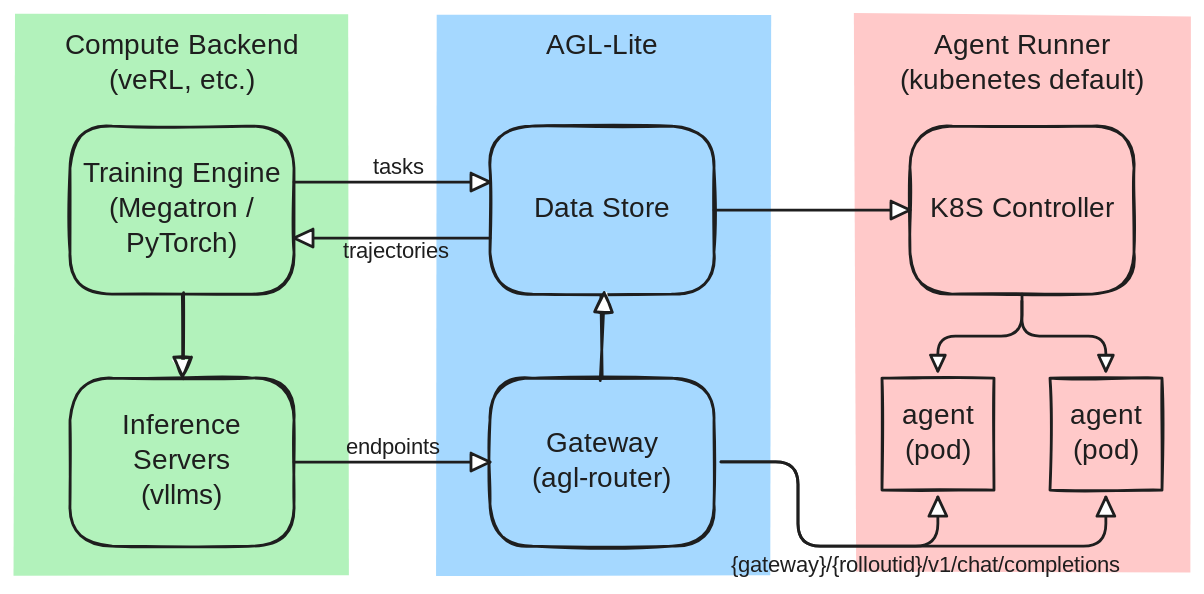
This is docs/images/lite_arch.excalidraw.svg from OhiraShusei/agent-lightning, a Excalidraw export, as it was before one commit. Source tidied: one line per element, renumbered; positions are measured from the earlier drawing's top-left corner, leaving out a move shared by most shapes.
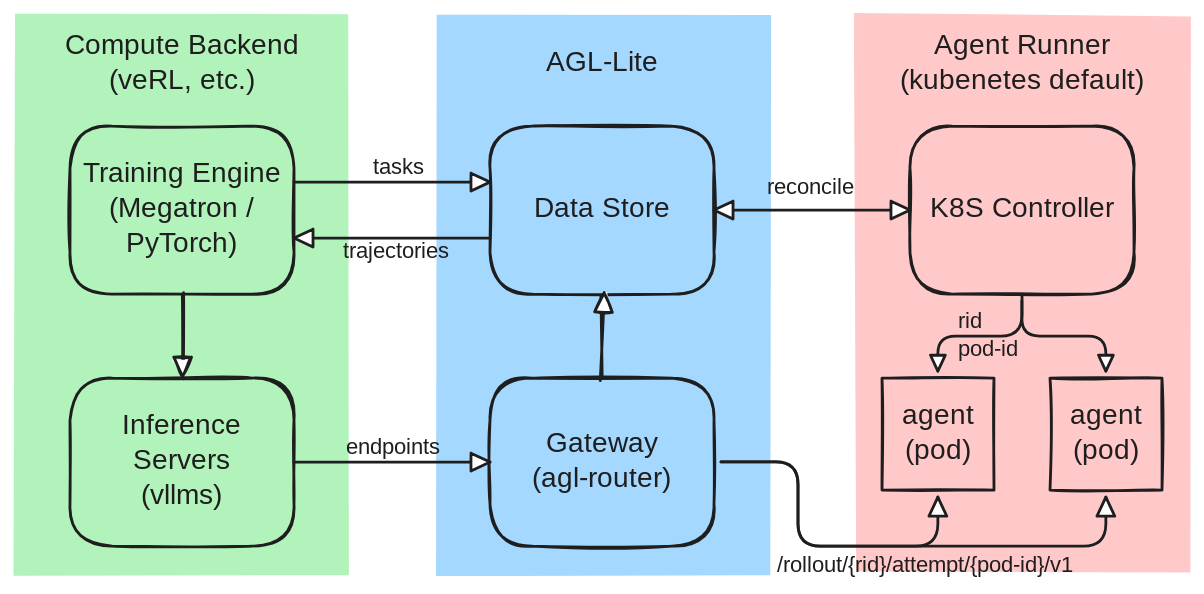
The same diagram one commit later.

The edit, as a diff of the source:
```diff
@@ -6,7 +6,7 @@
 {"id": 5, "type": "text", "text": "Inference\nServers\n(vllms)", "strokeColor": "#1e1e1e", "backgroundColor": "#ffc9c9", "fillStyle": "solid", "strokeWidth": 2, "roughness": 0, "fontSize": 20, "fontFamily": 5, "textAlign": "center", "verticalAlign": "middle", "inside": 4, "x": 74, "y": 282, "width": 92, "height": 75}
 {"id": 6, "type": "arrow", "strokeColor": "#1e1e1e", "backgroundColor": "#b2f2bb", "fillStyle": "solid", "strokeWidth": 2, "roughness": 1, "endArrowhead": "triangle_outline", "round": true, "from": 2, "to": 4, "x": 120, "y": 200, "width": 0, "height": 60, "points": [[0, 0], [0, 60]]}
 {"id": 7, "type": "rectangle", "strokeColor": "transparent", "backgroundColor": "#a5d8ff", "fillStyle": "solid", "strokeWidth": 2, "roughness": 1, "x": 300, "y": 0, "width": 240, "height": 400}
-{"id": 8, "type": "text", "text": "AGL-Lite", "strokeColor": "#1e1e1e", "backgroundColor": "#b2f2bb", "fillStyle": "solid", "strokeWidth": 2, "roughness": 1, "fontSize": 20, "fontFamily": 5, "textAlign": "center", "x": 377, "y": 11, "width": 86, "height": 25}
+{"id": 8, "type": "text", "text": "AGL-Lite", "strokeColor": "#1e1e1e", "backgroundColor": "#b2f2bb", "fillStyle": "solid", "strokeWidth": 2, "roughness": 1, "fontSize": 20, "fontFamily": 5, "textAlign": "center", "x": 377, "y": 23, "width": 86, "height": 25}
 {"id": 9, "type": "rectangle", "strokeColor": "#1e1e1e", "backgroundColor": "#a5d8ff", "fillStyle": "solid", "strokeWidth": 2, "roughness": 1, "round": true, "x": 340, "y": 80, "width": 160, "height": 120}
 {"id": 10, "type": "text", "text": "Data Store", "strokeColor": "#1e1e1e", "backgroundColor": "#b2f2bb", "fillStyle": "solid", "strokeWidth": 2, "roughness": 1, "fontSize": 20, "fontFamily": 5, "textAlign": "center", "verticalAlign": "middle", "inside": 9, "x": 364, "y": 128, "width": 112, "height": 25}
 {"id": 11, "type": "rectangle", "strokeColor": "#1e1e1e", "backgroundColor": "#a5d8ff", "fillStyle": "solid", "strokeWidth": 2, "roughness": 1, "round": true, "x": 340, "y": 260, "width": 160, "height": 120}
@@ -21,7 +21,7 @@
 {"id": 20, "type": "text", "text": "agent\n(pod)", "strokeColor": "#1e1e1e", "backgroundColor": "#b2f2bb", "fillStyle": "solid", "strokeWidth": 2, "roughness": 1, "fontSize": 20, "fontFamily": 5, "textAlign": "center", "verticalAlign": "middle", "inside": 19, "x": 633, "y": 275, "width": 55, "height": 50}
 {"id": 21, "type": "rectangle", "strokeColor": "#1e1e1e", "backgroundColor": "#ffc9c9", "fillStyle": "solid", "strokeWidth": 2, "roughness": 1, "x": 740, "y": 260, "width": 80, "height": 80}
 {"id": 22, "type": "text", "text": "agent\n(pod)", "strokeColor": "#1e1e1e", "backgroundColor": "#b2f2bb", "fillStyle": "solid", "strokeWidth": 2, "roughness": 1, "fontSize": 20, "fontFamily": 5, "textAlign": "center", "verticalAlign": "middle", "inside": 21, "x": 753, "y": 275, "width": 55, "height": 50}
-{"id": 23, "type": "arrow", "strokeColor": "#1e1e1e", "backgroundColor": "#ffc9c9", "fillStyle": "solid", "strokeWidth": 2, "roughness": 0, "endArrowhead": "triangle_outline", "from": 9, "to": 17, "x": 500, "y": 140, "width": 140, "height": 0, "points": [[0, 0], [140, 0]]}
+{"id": 23, "type": "arrow", "strokeColor": "#1e1e1e", "backgroundColor": "#ffc9c9", "fillStyle": "solid", "strokeWidth": 2, "roughness": 0, "startArrowhead": "triangle_outline", "endArrowhead": "triangle_outline", "from": 9, "to": 17, "x": 500, "y": 140, "width": 140, "height": 0, "points": [[0, 0], [140, 0]]}
 {"id": 24, "type": "arrow", "strokeColor": "#1e1e1e", "backgroundColor": "#ffc9c9", "fillStyle": "solid", "strokeWidth": 2, "roughness": 0, "endArrowhead": "triangle_outline", "from": 17, "to": 19, "x": 720, "y": 200, "width": 60, "height": 55, "points": [[0, 0], [0, 30], [-60, 30], [-60, 55]]}
 {"id": 25, "type": "arrow", "strokeColor": "#1e1e1e", "backgroundColor": "#ffc9c9", "fillStyle": "solid", "strokeWidth": 2, "roughness": 0, "endArrowhead": "triangle_outline", "from": 17, "to": 21, "x": 720, "y": 205, "width": 60, "height": 50, "points": [[0, 0], [0, 25], [60, 25], [60, 50]]}
 {"id": 26, "type": "arrow", "strokeColor": "#1e1e1e", "backgroundColor": "#ffc9c9", "fillStyle": "solid", "strokeWidth": 2, "roughness": 0, "endArrowhead": "triangle_outline", "from": 4, "to": 11, "x": 200, "y": 320, "width": 140, "height": 0, "points": [[0, 0], [140, 0]]}
@@ -31,4 +31,6 @@
 {"id": 30, "type": "arrow", "strokeColor": "#1e1e1e", "backgroundColor": "#ffc9c9", "fillStyle": "solid", "strokeWidth": 2, "roughness": 0, "endArrowhead": "triangle_outline", "from": 11, "to": 19, "x": 505, "y": 320, "width": 155, "height": 60, "points": [[0, 0], [55, 0], [55, 60], [155, 60], [155, 25]]}
 {"id": 31, "type": "arrow", "strokeColor": "#1e1e1e", "backgroundColor": "#ffc9c9", "fillStyle": "solid", "strokeWidth": 2, "roughness": 0, "endArrowhead": "triangle_outline", "from": 11, "to": 21, "x": 505, "y": 320, "width": 275, "height": 60, "points": [[0, 0], [55, 0], [55, 60], [275, 60], [275, 25]]}
 {"id": 32, "type": "text", "text": "endpoints", "strokeColor": "#1e1e1e", "backgroundColor": "#ffc9c9", "fillStyle": "solid", "strokeWidth": 2, "roughness": 0, "fontSize": 16, "fontFamily": 5, "textAlign": "center", "x": 233, "y": 300, "width": 75, "height": 20}
-{"id": 33, "type": "text", "text": "{gateway}/{rolloutid}/v1/chat/completions", "strokeColor": "#1e1e1e", "backgroundColor": "#ffc9c9", "fillStyle": "solid", "strokeWidth": 2, "roughness": 0, "fontSize": 16, "fontFamily": 5, "textAlign": "center", "x": 483, "y": 384, "width": 335, "height": 20}
+{"id": 33, "type": "text", "text": "/rollout/{rid}/attempt/{pod-id}/v1", "strokeColor": "#1e1e1e", "backgroundColor": "#ffc9c9", "fillStyle": "solid", "strokeWidth": 2, "roughness": 0, "fontSize": 16, "fontFamily": 5, "textAlign": "center", "x": 513, "y": 384, "width": 276, "height": 20}
+{"id": 34, "type": "text", "text": "rid\npod-id", "strokeColor": "#1e1e1e", "strokeWidth": 2, "roughness": 1, "fontSize": 16, "fontFamily": 5, "x": 674, "y": 210, "width": 65, "height": 40}
+{"id": 35, "type": "text", "text": "reconcile", "strokeColor": "#1e1e1e", "strokeWidth": 2, "roughness": 0, "fontSize": 16, "fontFamily": 5, "x": 538, "y": 115, "width": 67, "height": 20}
```
